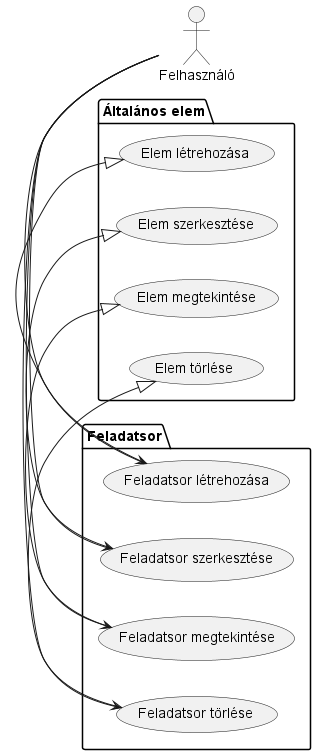
LaciProg/Szakdolgozat keeps this PlantUML diagram as DiplomatervSablon_LaTeX_v1/figures/Exam Diagram.png. Above is the earlier version.
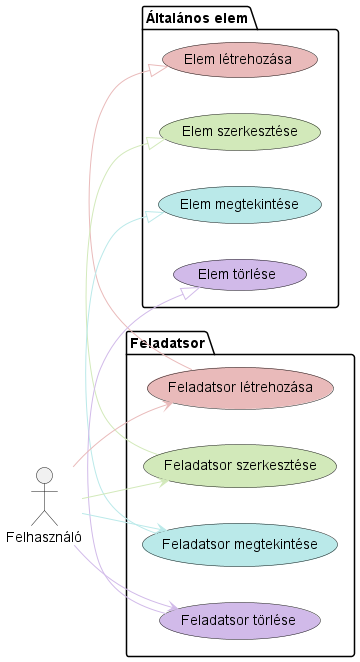
After the commit.

Diff of the diagram source:
```diff
@@ -5,27 +5,27 @@
 actor Felhasználó
 
 package "Általános elem" {
-    usecase "Elem létrehozása" as CreateElement
-    usecase "Elem szerkesztése" as EditElement
-    usecase "Elem megtekintése" as ViewElement
-    usecase "Elem törlése" as DeleteElement
+    usecase "Elem létrehozása" as CreateElement #E9BABA
+    usecase "Elem szerkesztése" as EditElement #D2E9BA
+    usecase "Elem megtekintése" as ViewElement #BAE9E9
+    usecase "Elem törlése" as DeleteElement #D1BAE9
 }
 
 package "Feladatsor" {
-    usecase "Feladatsor létrehozása" as CreateExam
-    usecase "Feladatsor szerkesztése" as EditExam
-    usecase "Feladatsor megtekintése" as ViewExam
-    usecase "Feladatsor törlése" as DeleteExam
+    usecase "Feladatsor létrehozása" as CreateExam #E9BABA
+    usecase "Feladatsor szerkesztése" as EditExam #D2E9BA
+    usecase "Feladatsor megtekintése" as ViewExam #BAE9E9
+    usecase "Feladatsor törlése" as DeleteExam #D1BAE9
 
-    CreateExam -|> CreateElement
-    EditExam -|> EditElement
-    ViewExam -|> ViewElement
-    DeleteExam -|> DeleteElement
+    CreateExam -[#E9BABA]|> CreateElement
+    EditExam -[#D2E9BA]|> EditElement
+    ViewExam -[#BAE9E9]|> ViewElement
+    DeleteExam -[#D1BAE9]|> DeleteElement
 }
 
-Felhasználó -> CreateExam
-Felhasználó -> EditExam
-Felhasználó -> ViewExam
-Felhasználó -> DeleteExam
+Felhasználó -[#E9BABA]-> CreateExam
+Felhasználó -[#D2E9BA]-> EditExam
+Felhasználó -[#BAE9E9]-> ViewExam
+Felhasználó -[#D1BAE9]-> DeleteExam
 
 @enduml
```
